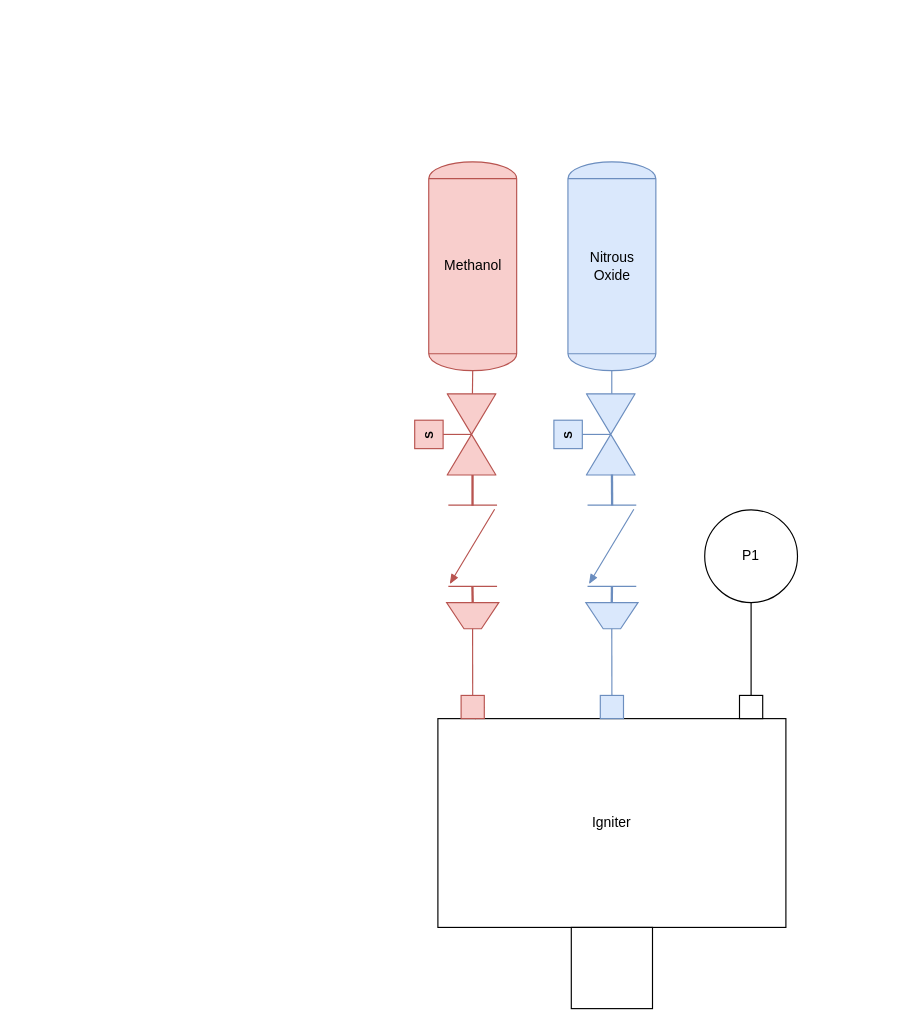
This is Torch Igniter V1.drawio from icl-rocketry/Propulsion-PIDs, a draw.io file, before an edit. Source tidied: cells renumbered, new cells numbered last; positions are measured from the earlier drawing's top-left corner, leaving out a move shared by most shapes. Both pictures are drawn from the tidied source at 116%, with x=0, y=0 at pixel (414, 161).
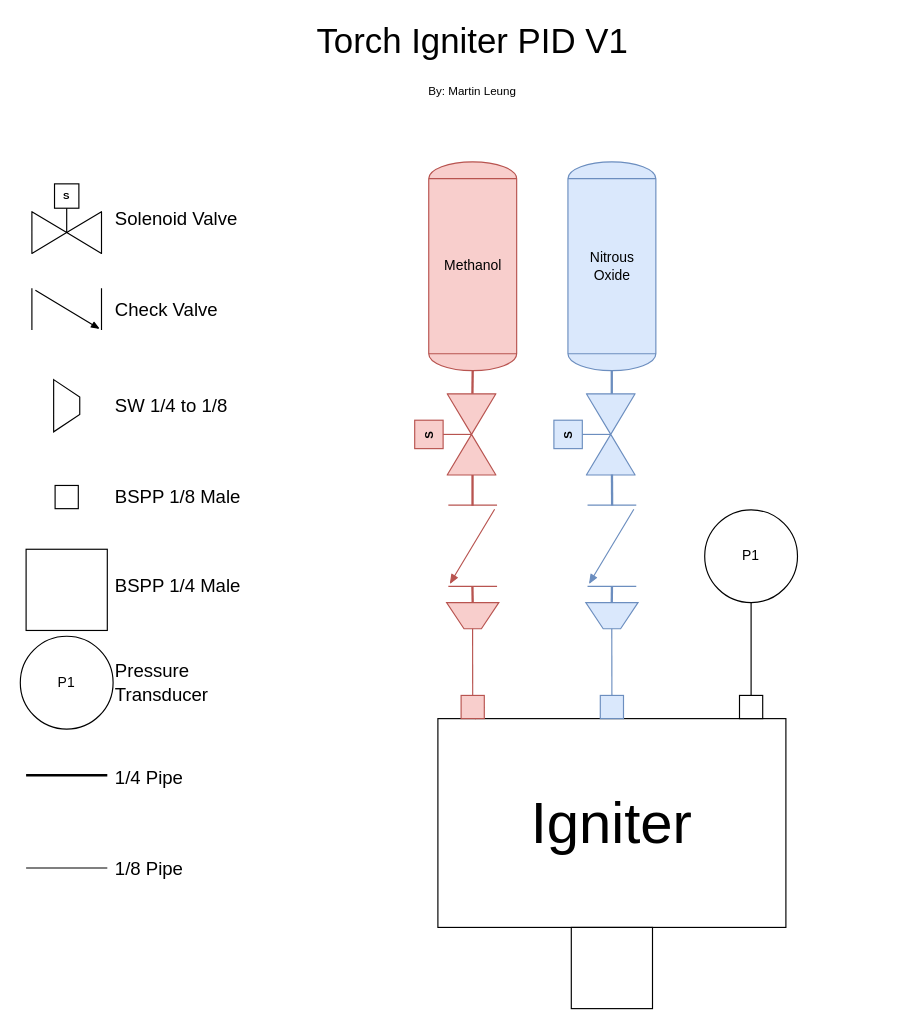
The same diagram, later.

Unchanged cells that the change refers to:
```xml
<mxCell id="2" value="Methanol" style="shape=mxgraph.pid.vessels.tank;html=1;align=center;verticalLabelPosition=middle;verticalAlign=middle;dashed=0;labelPosition=center;fillColor=#f8cecc;strokeColor=#b85450;" parent="1" vertex="1">
  <mxGeometry x="12.1" width="75.8" height="180" as="geometry" />
</mxCell>
<mxCell id="5" style="verticalLabelPosition=bottom;align=center;html=1;verticalAlign=top;dashed=0;shape=mxgraph.pid2valves.valve;valveType=gate;actuator=solenoid;rotation=-90;fillColor=#f8cecc;strokeColor=#b85450;" parent="1" vertex="1">
  <mxGeometry y="200" width="70" height="70" as="geometry" />
</mxCell>
```

Change to the diagram source:
```diff
@@
-    <mxCell id="7" style="endArrow=none;html=1;rounded=0;entryX=0.5;entryY=1;entryDx=0;entryDy=0;entryPerimeter=0;exitX=1.001;exitY=0.711;exitDx=0;exitDy=0;exitPerimeter=0;fillColor=#f8cecc;strokeColor=#b85450;" parent="1" edge="1" source="5" target="2">
+    <mxCell id="7" style="endArrow=none;html=1;rounded=0;entryX=0.5;entryY=1;entryDx=0;entryDy=0;entryPerimeter=0;exitX=1.001;exitY=0.711;exitDx=0;exitDy=0;exitPerimeter=0;fillColor=#f8cecc;strokeColor=#b85450;strokeWidth=2;" parent="1" edge="1" source="5" target="2">
       <mxGeometry relative="1" as="geometry" />
     </mxCell>
-    <mxCell id="8" style="endArrow=none;html=1;rounded=0;entryX=0.5;entryY=1;entryDx=0;entryDy=0;entryPerimeter=0;exitX=1.001;exitY=0.711;exitDx=0;exitDy=0;exitPerimeter=0;fillColor=#dae8fc;strokeColor=#6c8ebf;" parent="1" edge="1">
+    <mxCell id="8" style="endArrow=none;html=1;rounded=0;entryX=0.5;entryY=1;entryDx=0;entryDy=0;entryPerimeter=0;exitX=1.001;exitY=0.711;exitDx=0;exitDy=0;exitPerimeter=0;fillColor=#dae8fc;strokeColor=#6c8ebf;strokeWidth=2;" parent="1" edge="1">
       <mxGeometry relative="1" as="geometry">
         <mxPoint x="169.9" y="200" as="sourcePoint" />
         <mxPoint x="169.9" y="180" as="targetPoint" />
       </mxGeometry>
     </mxCell>
@@
-    <mxCell id="12" value="Igniter" style="rounded=0;whiteSpace=wrap;html=1;" parent="1" vertex="1">
+    <mxCell id="12" value="Igniter" style="rounded=0;whiteSpace=wrap;html=1;fontSize=50;" parent="1" vertex="1">
       <mxGeometry x="20" y="480" width="300" height="180" as="geometry" />
     </mxCell>
@@
+    <mxCell id="26" style="rounded=0;whiteSpace=wrap;html=1;" parent="1" vertex="1">
+      <mxGeometry x="-310" y="279" width="20" height="20" as="geometry" />
+    </mxCell>
+    <mxCell id="27" style="shape=trapezoid;perimeter=trapezoidPerimeter;whiteSpace=wrap;html=1;fixedSize=1;rotation=90;size=15;" parent="1" vertex="1">
+      <mxGeometry x="-322.5" y="199" width="45" height="22.5" as="geometry" />
+    </mxCell>
+    <mxCell id="28" style="verticalLabelPosition=bottom;align=center;html=1;verticalAlign=top;dashed=0;shape=mxgraph.pid2valves.valve;valveType=check;rotation=0;" parent="1" vertex="1">
+      <mxGeometry x="-330" y="109" width="60" height="36" as="geometry" />
+    </mxCell>
+    <mxCell id="29" style="verticalLabelPosition=bottom;align=center;html=1;verticalAlign=top;dashed=0;shape=mxgraph.pid2valves.valve;valveType=gate;actuator=solenoid;rotation=0;" parent="1" vertex="1">
+      <mxGeometry x="-330" y="19" width="60" height="60" as="geometry" />
+    </mxCell>
+    <mxCell id="30" style="endArrow=none;html=1;rounded=0;strokeWidth=2;" parent="1" edge="1">
+      <mxGeometry relative="1" as="geometry">
+        <mxPoint x="-335" y="528.8" as="sourcePoint" />
+        <mxPoint x="-265" y="528.8" as="targetPoint" />
+      </mxGeometry>
+    </mxCell>
+    <mxCell id="31" style="rounded=0;whiteSpace=wrap;html=1;" parent="1" vertex="1">
+      <mxGeometry x="-335" y="334" width="70" height="70" as="geometry" />
+    </mxCell>
+    <mxCell id="32" style="endArrow=none;html=1;rounded=0;strokeWidth=1;" parent="1" edge="1">
+      <mxGeometry relative="1" as="geometry">
+        <mxPoint x="-335" y="608.8" as="sourcePoint" />
+        <mxPoint x="-265" y="608.8" as="targetPoint" />
+      </mxGeometry>
+    </mxCell>
+    <mxCell id="33" value="Solenoid Valve" style="text;html=1;align=left;verticalAlign=middle;strokeColor=none;fillColor=none;fontSize=16;" parent="1" vertex="1">
+      <mxGeometry x="-260" y="34" width="130" height="30" as="geometry" />
+    </mxCell>
+    <mxCell id="34" value="Check Valve" style="text;html=1;align=left;verticalAlign=middle;strokeColor=none;fillColor=none;fontSize=16;" parent="1" vertex="1">
+      <mxGeometry x="-260" y="112" width="110" height="30" as="geometry" />
+    </mxCell>
+    <mxCell id="35" value="SW 1/4 to 1/8" style="text;html=1;align=left;verticalAlign=middle;strokeColor=none;fillColor=none;fontSize=16;" parent="1" vertex="1">
+      <mxGeometry x="-260" y="195.2" width="120" height="30" as="geometry" />
+    </mxCell>
+    <mxCell id="36" value="BSPP 1/8 Male" style="text;html=1;align=left;verticalAlign=middle;strokeColor=none;fillColor=none;fontSize=16;" parent="1" vertex="1">
+      <mxGeometry x="-260" y="274" width="130" height="30" as="geometry" />
+    </mxCell>
+    <mxCell id="37" value="BSPP 1/4 Male" style="text;html=1;align=left;verticalAlign=middle;strokeColor=none;fillColor=none;fontSize=16;" parent="1" vertex="1">
+      <mxGeometry x="-260" y="350" width="130" height="30" as="geometry" />
+    </mxCell>
+    <mxCell id="38" value="1/4 Pipe" style="text;html=1;align=left;verticalAlign=middle;strokeColor=none;fillColor=none;fontSize=16;" parent="1" vertex="1">
+      <mxGeometry x="-260" y="516.2" width="80" height="30" as="geometry" />
+    </mxCell>
+    <mxCell id="39" value="1/8 Pipe" style="text;html=1;align=left;verticalAlign=middle;strokeColor=none;fillColor=none;fontSize=16;" parent="1" vertex="1">
+      <mxGeometry x="-260" y="593.8" width="80" height="30" as="geometry" />
+    </mxCell>
+    <mxCell id="40" value="Torch Igniter PID V1&lt;br style=&quot;font-size: 12px;&quot;&gt;&lt;font size=&quot;1&quot;&gt;By: Martin Leung&lt;/font&gt;" style="text;html=1;strokeColor=none;fillColor=none;align=center;verticalAlign=middle;whiteSpace=wrap;rounded=0;fontSize=30;" parent="1" vertex="1">
+      <mxGeometry x="-305" y="-101" width="710" height="30" as="geometry" />
+    </mxCell>
+    <mxCell id="41" value="P1" style="ellipse;whiteSpace=wrap;html=1;" parent="1" vertex="1">
+      <mxGeometry x="-340" y="409" width="80" height="80" as="geometry" />
+    </mxCell>
+    <mxCell id="42" value="Pressure&lt;br&gt;Transducer" style="text;html=1;align=left;verticalAlign=middle;strokeColor=none;fillColor=none;fontSize=16;" parent="1" vertex="1">
+      <mxGeometry x="-260" y="424" width="100" height="50" as="geometry" />
+    </mxCell>
```
